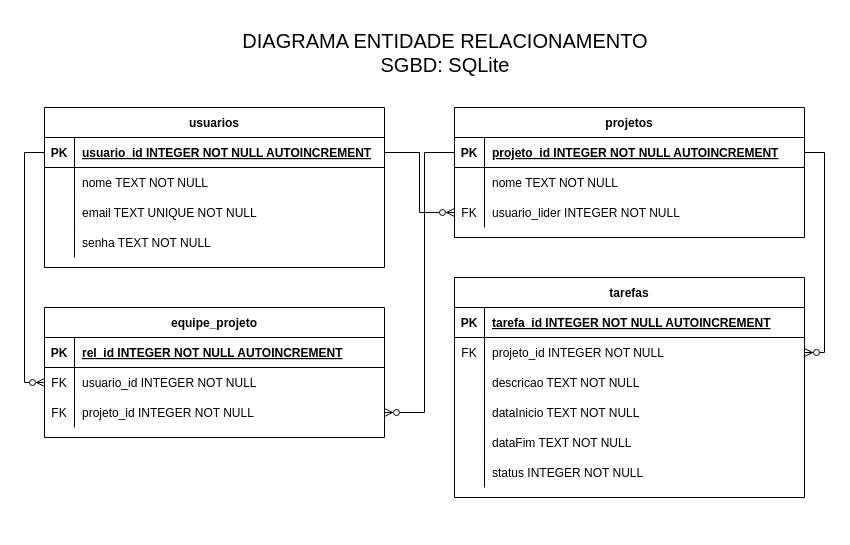
Above: documents/DER.drawio in splantapot/atividade3_DSenai (draw.io), before the change. Source tidied: cells renumbered, new cells numbered last; positions are measured from the earlier drawing's top-left corner, leaving out a move shared by most shapes. Both pictures are drawn from the tidied source at 100%, with x=0, y=0 at pixel (44, 17).
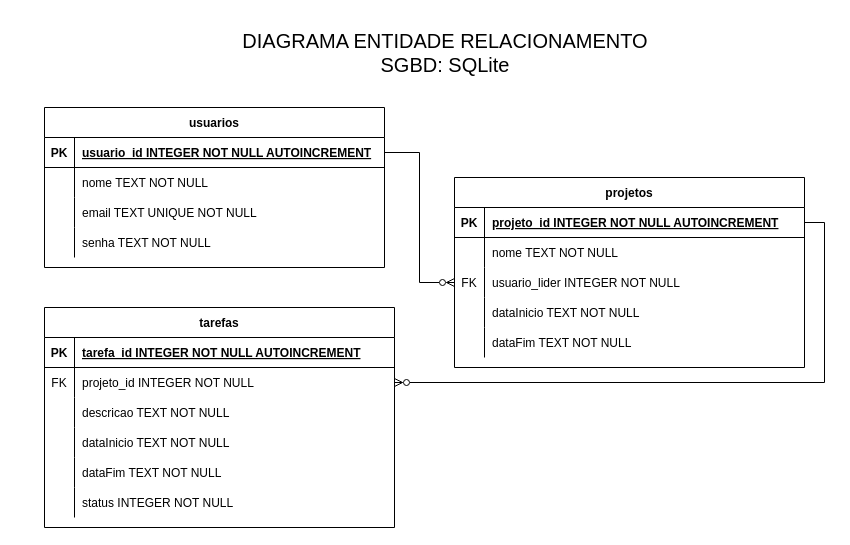
After the change.

The change refers to these unchanged cells:
```xml
<mxCell id="3" style="shape=partialRectangle;fillColor=none;points=[[0,0.5],[1,0.5]];portConstraint=eastwest;top=0;left=0;right=0;bottom=1;" parent="2" vertex="1">
  <mxGeometry y="30" width="350" height="30" as="geometry" />
</mxCell>
<mxCell id="32" style="shape=partialRectangle;fillColor=none;points=[[0,0.5],[1,0.5]];portConstraint=eastwest;top=0;left=0;right=0;bottom=1;" parent="31" vertex="1">
  <mxGeometry y="30" width="340" height="30" as="geometry" />
</mxCell>
```

Change to the diagram source:
```diff
@@
     <mxCell id="2" value="projetos" style="shape=table;startSize=30;childLayout=tableLayout;rowLines=0;fontStyle=1;align=center;" parent="1" vertex="1">
-      <mxGeometry x="410" y="90" width="350" height="130" as="geometry" />
+      <mxGeometry x="410" y="160" width="350" height="190" as="geometry" />
     </mxCell>
@@
+    <mxCell id="59" style="shape=partialRectangle;fillColor=none;top=0;left=0;right=0;bottom=0;" parent="2" vertex="1">
+      <mxGeometry y="120" width="350" height="30" as="geometry" />
+    </mxCell>
+    <mxCell id="60" style="shape=partialRectangle;overflow=hidden;fillColor=none;top=0;left=0;bottom=0;right=0;" parent="59" vertex="1">
+      <mxGeometry width="30" height="30" as="geometry" />
+    </mxCell>
+    <mxCell id="61" value="dataInicio TEXT NOT NULL" style="shape=partialRectangle;overflow=hidden;fillColor=none;top=0;left=0;bottom=0;right=0;align=left;spacingLeft=6;" parent="59" vertex="1">
+      <mxGeometry x="30" width="320" height="30" as="geometry" />
+    </mxCell>
+    <mxCell id="62" style="shape=partialRectangle;fillColor=none;top=0;left=0;right=0;bottom=0;" parent="2" vertex="1">
+      <mxGeometry y="150" width="350" height="30" as="geometry" />
+    </mxCell>
+    <mxCell id="63" style="shape=partialRectangle;overflow=hidden;fillColor=none;top=0;left=0;bottom=0;right=0;" parent="62" vertex="1">
+      <mxGeometry width="30" height="30" as="geometry" />
+    </mxCell>
+    <mxCell id="64" value="dataFim TEXT NOT NULL" style="shape=partialRectangle;overflow=hidden;fillColor=none;top=0;left=0;bottom=0;right=0;align=left;spacingLeft=6;" parent="62" vertex="1">
+      <mxGeometry x="30" width="320" height="30" as="geometry" />
+    </mxCell>
     <mxCell id="12" value="tarefas" style="shape=table;startSize=30;childLayout=tableLayout;rowLines=0;fontStyle=1;align=center;" parent="1" vertex="1">
-      <mxGeometry x="410" y="260" width="350" height="220" as="geometry" />
+      <mxGeometry y="290" width="350" height="220" as="geometry" />
     </mxCell>
@@
-    <mxCell id="44" value="equipe_projeto" style="shape=table;startSize=30;childLayout=tableLayout;rowLines=0;fontStyle=1;align=center;" parent="1" vertex="1">
-      <mxGeometry y="290" width="340" height="130" as="geometry" />
-    </mxCell>
-    <mxCell id="45" style="shape=partialRectangle;fillColor=none;top=0;left=0;right=0;bottom=1;" parent="44" vertex="1">
-      <mxGeometry y="30" width="340" height="30" as="geometry" />
-    </mxCell>
-    <mxCell id="46" value="PK" style="shape=partialRectangle;overflow=hidden;fillColor=none;top=0;left=0;bottom=0;right=0;fontStyle=1;" parent="45" vertex="1">
-      <mxGeometry width="30" height="30" as="geometry" />
-    </mxCell>
-    <mxCell id="47" value="rel_id INTEGER NOT NULL AUTOINCREMENT" style="shape=partialRectangle;overflow=hidden;fillColor=none;top=0;left=0;bottom=0;right=0;align=left;spacingLeft=6;fontStyle=5;" parent="45" vertex="1">
-      <mxGeometry x="30" width="310" height="30" as="geometry" />
-    </mxCell>
-    <mxCell id="48" style="shape=partialRectangle;fillColor=none;points=[[0,0.5],[1,0.5]];portConstraint=eastwest;top=0;left=0;right=0;bottom=0;" parent="44" vertex="1">
-      <mxGeometry y="60" width="340" height="30" as="geometry" />
-    </mxCell>
-    <mxCell id="49" value="FK" style="shape=partialRectangle;overflow=hidden;fillColor=none;top=0;left=0;bottom=0;right=0;" parent="48" vertex="1">
-      <mxGeometry width="30" height="30" as="geometry" />
-    </mxCell>
-    <mxCell id="50" value="usuario_id INTEGER NOT NULL" style="shape=partialRectangle;overflow=hidden;fillColor=none;top=0;left=0;bottom=0;right=0;align=left;spacingLeft=6;" parent="48" vertex="1">
-      <mxGeometry x="30" width="310" height="30" as="geometry" />
-    </mxCell>
-    <mxCell id="51" style="shape=partialRectangle;fillColor=none;points=[[0,0.5],[1,0.5]];portConstraint=eastwest;top=0;left=0;right=0;bottom=0;" parent="44" vertex="1">
-      <mxGeometry y="90" width="340" height="30" as="geometry" />
-    </mxCell>
-    <mxCell id="52" value="FK" style="shape=partialRectangle;overflow=hidden;fillColor=none;top=0;left=0;bottom=0;right=0;" parent="51" vertex="1">
-      <mxGeometry width="30" height="30" as="geometry" />
-    </mxCell>
-    <mxCell id="53" value="projeto_id INTEGER NOT NULL" style="shape=partialRectangle;overflow=hidden;fillColor=none;top=0;left=0;bottom=0;right=0;align=left;spacingLeft=6;" parent="51" vertex="1">
-      <mxGeometry x="30" width="310" height="30" as="geometry" />
-    </mxCell>
@@
-    <mxCell id="55" style="edgeStyle=orthogonalEdgeStyle;rounded=0;jettySize=auto;html=1;exitX=0;exitY=0.5;exitDx=0;exitDy=0;entryX=0;entryY=0.5;entryDx=0;entryDy=0;endArrow=ERzeroToMany;endFill=0;" parent="1" edge="1" source="32" target="48">
-      <mxGeometry relative="1" as="geometry" />
-    </mxCell>
-    <mxCell id="56" style="edgeStyle=orthogonalEdgeStyle;rounded=0;jettySize=auto;html=1;exitX=0;exitY=0.5;exitDx=0;exitDy=0;entryX=1;entryY=0.5;entryDx=0;entryDy=0;endArrow=ERzeroToMany;endFill=0;" parent="1" edge="1" source="3" target="51">
-      <mxGeometry relative="1" as="geometry">
-        <Array as="points">
-          <mxPoint x="380" y="135" />
-          <mxPoint x="380" y="395" />
-        </Array>
-      </mxGeometry>
-    </mxCell>
```
